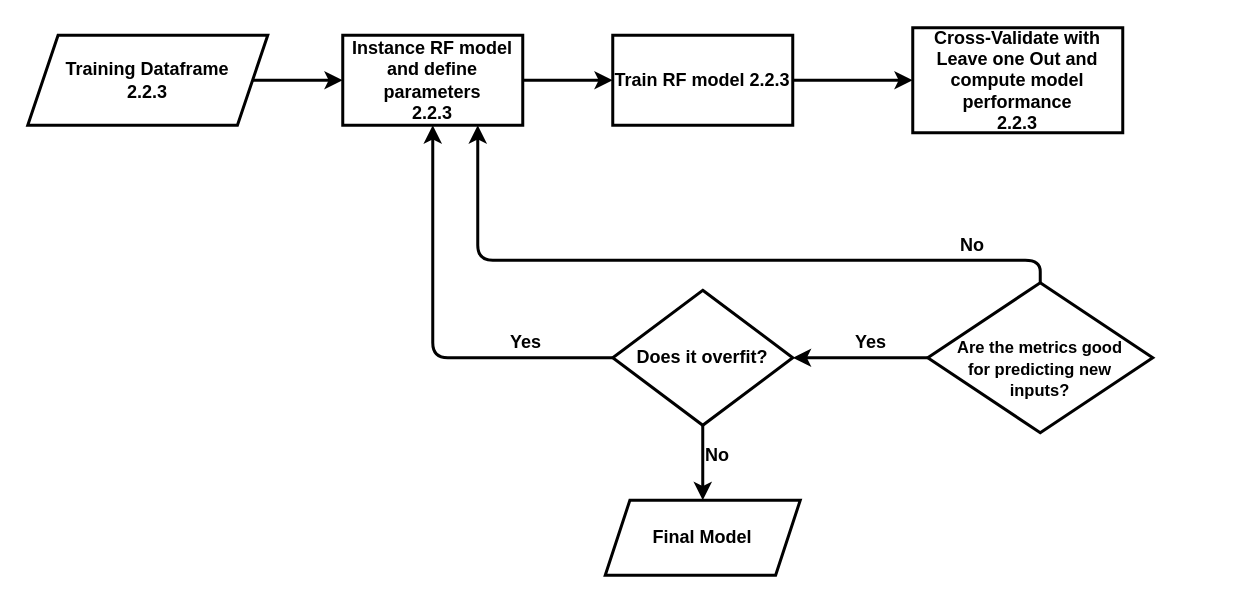
Above: src/diagrama_modelo.drawio in msreis/Multiresolution-nuclear-protein-classifier (draw.io), before the change. Source tidied: cells renumbered, new cells numbered last; positions are measured from the earlier drawing's top-left corner, leaving out a move shared by most shapes. Both pictures are drawn from the tidied source at 150%, with x=0, y=0 at pixel (27, 27).
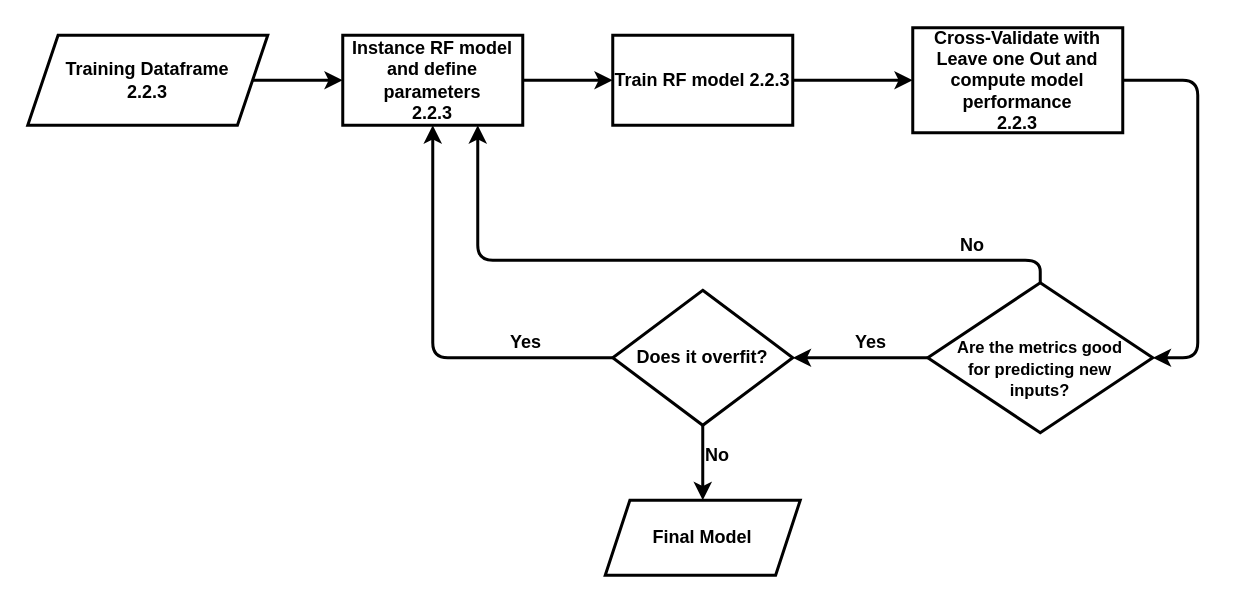
Above is the later version.

The change refers to these unchanged cells:
```xml
<mxCell id="9" value="&lt;b&gt;Cross-Validate with Leave one Out and compute model performance&lt;br&gt;2.2.3&lt;/b&gt;" style="rounded=0;whiteSpace=wrap;html=1;strokeWidth=2;fillColor=#ffffff;fontSize=12;align=center;" parent="1" vertex="1">
  <mxGeometry x="590" width="140" height="70" as="geometry" />
</mxCell>
<mxCell id="11" value="&lt;b&gt;&lt;font style=&quot;font-size: 11px&quot;&gt;&lt;br&gt;Are the metrics good&lt;br&gt;for predicting new&lt;br&gt;inputs?&lt;/font&gt;&lt;br&gt;&lt;/b&gt;" style="rhombus;whiteSpace=wrap;html=1;strokeWidth=2;fillColor=#ffffff;fontSize=12;align=center;" parent="1" vertex="1">
  <mxGeometry x="600" y="170" width="150" height="100" as="geometry" />
</mxCell>
```

Diff of the diagram source:
```diff
@@
+    <mxCell id="20" style="endArrow=classic;html=1;exitX=1;exitY=0.5;exitDx=0;exitDy=0;entryX=1;entryY=0.5;entryDx=0;entryDy=0;fontStyle=1;strokeWidth=2;" parent="1" edge="1" source="9" target="11">
+      <mxGeometry relative="1" as="geometry">
+        <Array as="points">
+          <mxPoint x="780" y="35" />
+          <mxPoint x="780" y="220" />
+        </Array>
+      </mxGeometry>
+    </mxCell>
```
